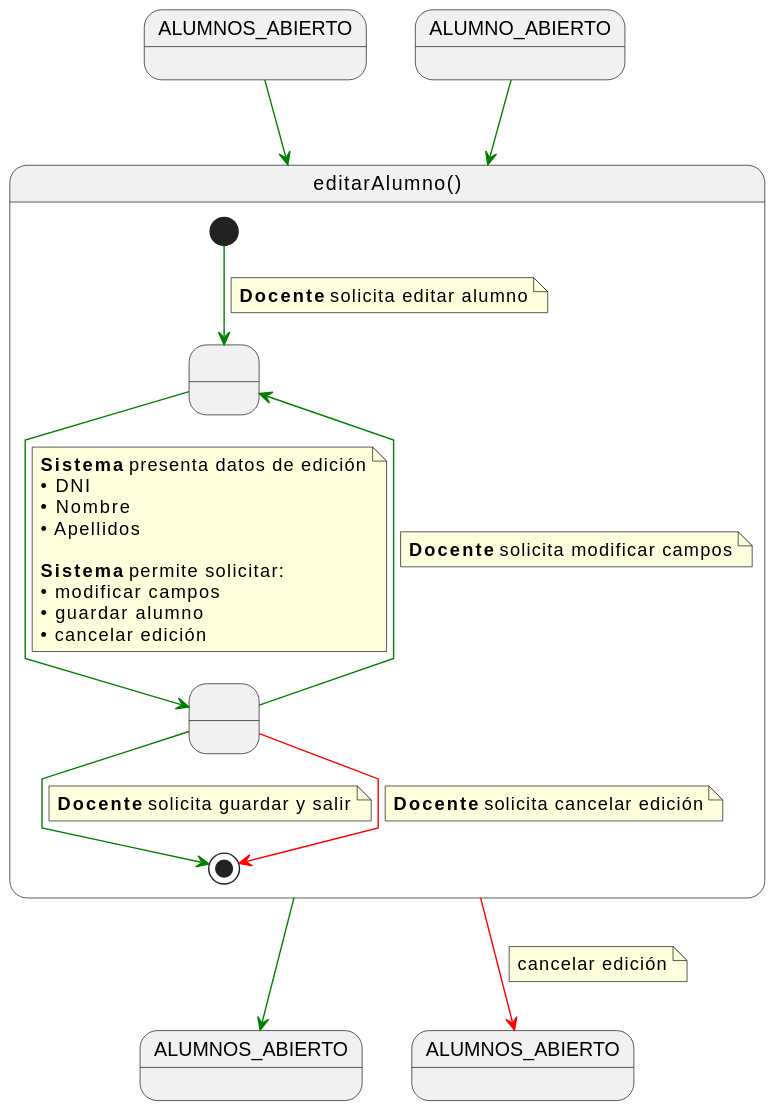
martinlopez7/25-26-IdSw1-SdR keeps this PlantUML diagram as documents/casos-de-uso/detalladoCasosDeUso/editarAlumno/editarAlumno.svg. Above is the earlier version.
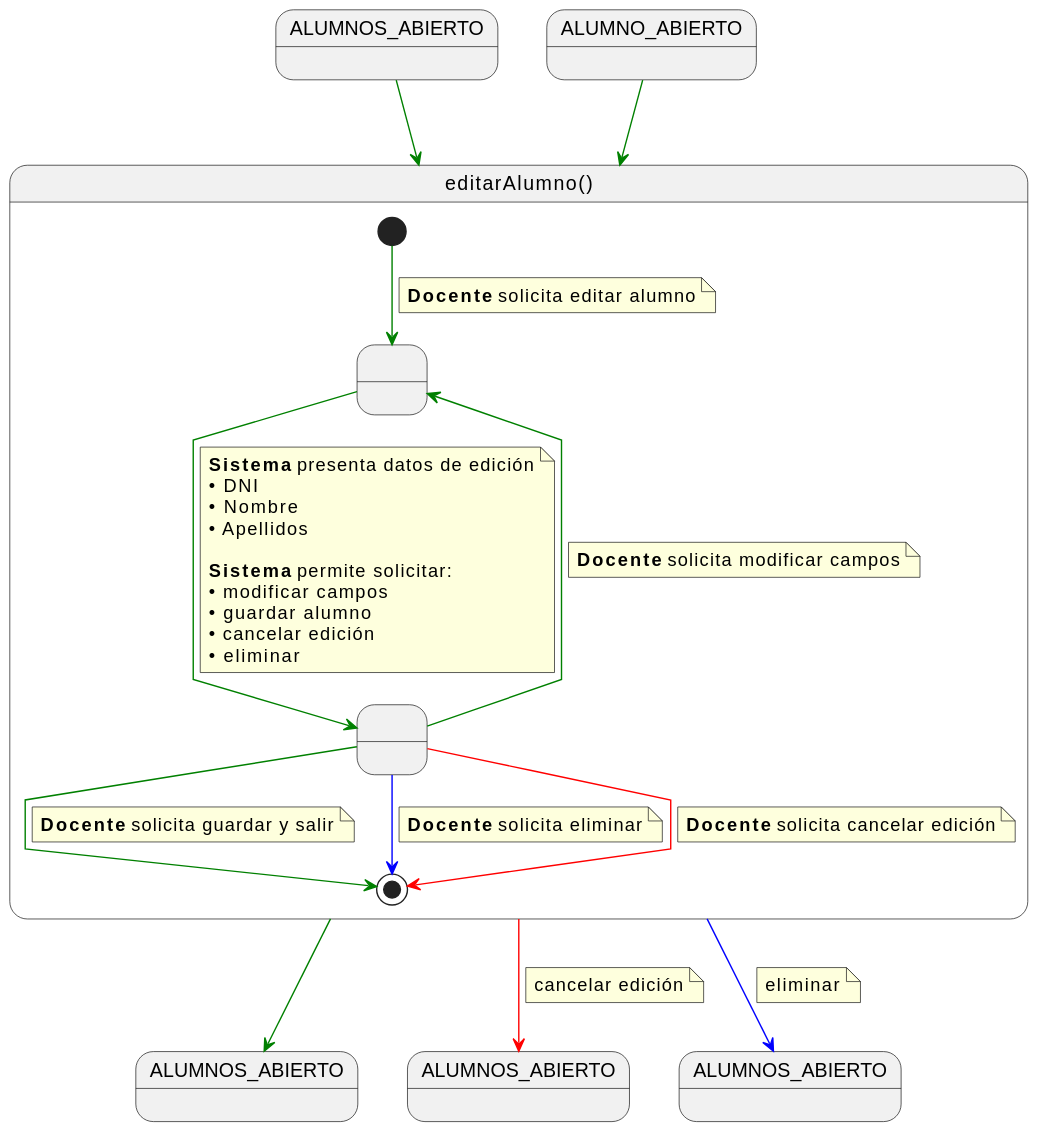
Above is the later version.

Change to the diagram source:
```diff
@@ -4,6 +4,7 @@
 state ALUMNOS_ABIERTO
 state ALUMNOS_ABIERTO2 as "ALUMNOS_ABIERTO"
 state ALUMNOS_ABIERTO3 as "ALUMNOS_ABIERTO"
+state ALUMNOS_ABIERTO4 as "ALUMNOS_ABIERTO"
 
 ALUMNOS_ABIERTO -[#green]-> editarAlumno
 
@@ -30,6 +31,7 @@
     • modificar campos
     • guardar alumno
     • cancelar edición
+    • eliminar
     end note
 
     GuardandoDatos -[#green]-> EditandoDatos
@@ -40,6 +42,11 @@
     GuardandoDatos -[#green]-> [*]
     note on link
     <b>Docente</b> solicita guardar y salir
+    end note
+
+    GuardandoDatos -[#blue]-> [*]
+    note on link
+    <b>Docente</b> solicita eliminar
     end note
 
     GuardandoDatos -[#red]-> [*]
@@ -54,4 +61,9 @@
 note on link
 cancelar edición
 end note
+
+editarAlumno -[#blue]-> ALUMNOS_ABIERTO4
+note on link
+eliminar
+end note
 @enduml
```
